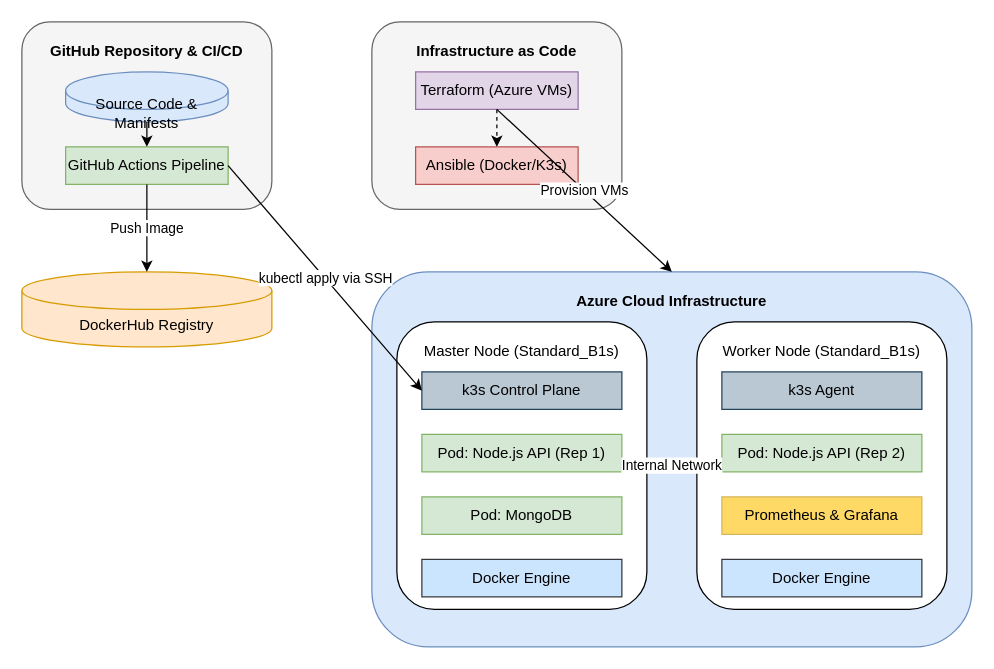
NIJITSO/Expense-Splitter keeps this draw.io diagram as architecture.drawio. Above is the earlier version. Source tidied: cells renumbered, new cells numbered last; positions are measured from the earlier drawing's top-left corner, leaving out a move shared by most shapes. Both pictures are drawn from the tidied source at 125%, with x=0, y=0 at pixel (21, 21).
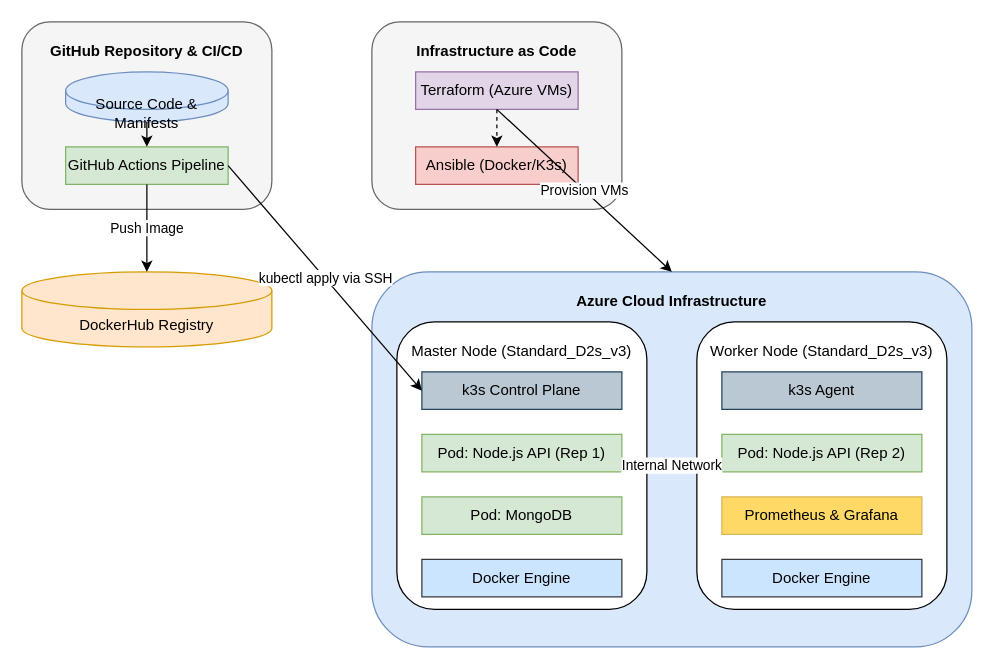
After the change.

Change to the diagram source:
```diff
@@
-    <mxCell id="10" value="Master Node (Standard_B1s)" style="rounded=1;whiteSpace=wrap;html=1;fillColor=#ffffff;strokeColor=#000000;verticalAlign=top;spacingTop=10;" parent="1" vertex="1">
+    <mxCell id="10" value="Master Node (Standard_D2s_v3)" style="rounded=1;whiteSpace=wrap;html=1;fillColor=#ffffff;strokeColor=#000000;verticalAlign=top;spacingTop=10;" parent="1" vertex="1">
       <mxGeometry x="300" y="240" width="200" height="230" as="geometry" />
     </mxCell>
@@
-    <mxCell id="15" value="Worker Node (Standard_B1s)" style="rounded=1;whiteSpace=wrap;html=1;fillColor=#ffffff;strokeColor=#000000;verticalAlign=top;spacingTop=10;" parent="1" vertex="1">
+    <mxCell id="15" value="Worker Node (Standard_D2s_v3)" style="rounded=1;whiteSpace=wrap;html=1;fillColor=#ffffff;strokeColor=#000000;verticalAlign=top;spacingTop=10;" parent="1" vertex="1">
       <mxGeometry x="540" y="240" width="200" height="230" as="geometry" />
     </mxCell>
```
